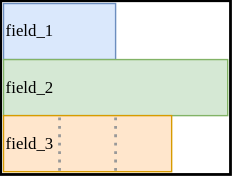
eclipse-score/inc_abi_compatible_datatypes keeps this draw.io diagram as docs/pitch/struct-layout.drawio.svg. Above is the earlier version. Source tidied: cells renumbered, new cells last; positions are measured from the earlier drawing's top-left corner, leaving out a move shared by most shapes.
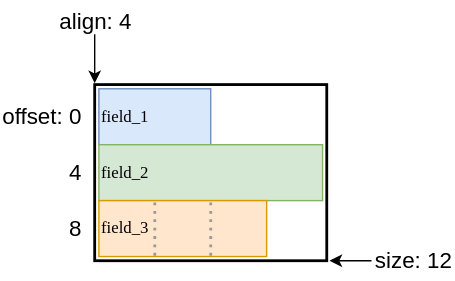
The same diagram one commit later.

Commit message:
Show enum layout in pitch presentation

Diff of the diagram source:
```diff
@@ -2,6 +2,9 @@
   <root>
     <mxCell id="0" />
     <mxCell id="1" parent="0" />
+    <mxCell id="5" style="rounded=0;whiteSpace=wrap;html=1;fillColor=none;strokeWidth=2;" parent="1" vertex="1">
+      <mxGeometry x="-1" y="-1" width="166" height="126" as="geometry" />
+    </mxCell>
     <mxCell id="2" value="&lt;font face=&quot;Ubuntu Mono&quot;&gt;field_1&lt;/font&gt;" style="rounded=0;whiteSpace=wrap;html=1;fillColor=#dae8fc;strokeColor=#6c8ebf;align=left;" parent="1" vertex="1">
       <mxGeometry x="2" y="2" width="80" height="40" as="geometry" />
     </mxCell>
@@ -11,9 +14,6 @@
     <mxCell id="4" value="&lt;font face=&quot;Ubuntu Mono&quot;&gt;field_3&lt;/font&gt;" style="rounded=0;whiteSpace=wrap;html=1;fillColor=#ffe6cc;strokeColor=#d79b00;align=left;" parent="1" vertex="1">
       <mxGeometry x="2" y="82" width="120" height="40" as="geometry" />
     </mxCell>
-    <mxCell id="5" style="rounded=0;whiteSpace=wrap;html=1;fillColor=none;strokeWidth=2;" parent="1" vertex="1">
-      <mxGeometry width="164" height="124" as="geometry" />
-    </mxCell>
     <mxCell id="6" style="endArrow=none;dashed=1;html=1;dashPattern=1 2;strokeWidth=2;strokeColor=#999999;" parent="1" edge="1">
       <mxGeometry relative="1" as="geometry">
         <mxPoint x="82" y="121.4" as="sourcePoint" />
@@ -26,5 +26,32 @@
         <mxPoint x="42" y="80" as="targetPoint" />
       </mxGeometry>
     </mxCell>
+    <mxCell id="8" value="&lt;font style=&quot;font-size: 16px;&quot;&gt;offset: 0&lt;/font&gt;" style="text;html=1;align=right;verticalAlign=middle;whiteSpace=wrap;rounded=0;" parent="1" vertex="1">
+      <mxGeometry x="-68" y="7" width="60" height="30" as="geometry" />
+    </mxCell>
+    <mxCell id="9" value="&lt;font style=&quot;font-size: 16px;&quot;&gt;4&lt;/font&gt;" style="text;html=1;align=right;verticalAlign=middle;whiteSpace=wrap;rounded=0;" parent="1" vertex="1">
+      <mxGeometry x="-68" y="47" width="60" height="30" as="geometry" />
+    </mxCell>
+    <mxCell id="10" value="&lt;span style=&quot;font-size: 16px;&quot;&gt;8&lt;/span&gt;" style="text;html=1;align=right;verticalAlign=middle;whiteSpace=wrap;rounded=0;" parent="1" vertex="1">
+      <mxGeometry x="-68" y="87" width="60" height="30" as="geometry" />
+    </mxCell>
+    <mxCell id="11" style="endArrow=classic;html=1;" parent="1" edge="1">
+      <mxGeometry relative="1" as="geometry">
+        <mxPoint x="-1" y="-37" as="sourcePoint" />
+        <mxPoint x="-1" y="-2" as="targetPoint" />
+      </mxGeometry>
+    </mxCell>
+    <mxCell id="12" value="&lt;span style=&quot;font-size: 16px;&quot;&gt;align: 4&lt;/span&gt;" style="text;html=1;align=center;verticalAlign=middle;whiteSpace=wrap;rounded=0;" parent="1" vertex="1">
+      <mxGeometry x="-30" y="-61" width="60" height="30" as="geometry" />
+    </mxCell>
+    <mxCell id="13" value="&lt;font style=&quot;font-size: 16px;&quot;&gt;size: 12&lt;/font&gt;" style="text;html=1;align=right;verticalAlign=middle;whiteSpace=wrap;rounded=0;" parent="1" vertex="1">
+      <mxGeometry x="197" y="110" width="60" height="30" as="geometry" />
+    </mxCell>
+    <mxCell id="14" style="endArrow=classic;html=1;" parent="1" edge="1">
+      <mxGeometry relative="1" as="geometry">
+        <mxPoint x="197" y="125" as="sourcePoint" />
+        <mxPoint x="167" y="125" as="targetPoint" />
+      </mxGeometry>
+    </mxCell>
   </root>
 </mxGraphModel>
```
